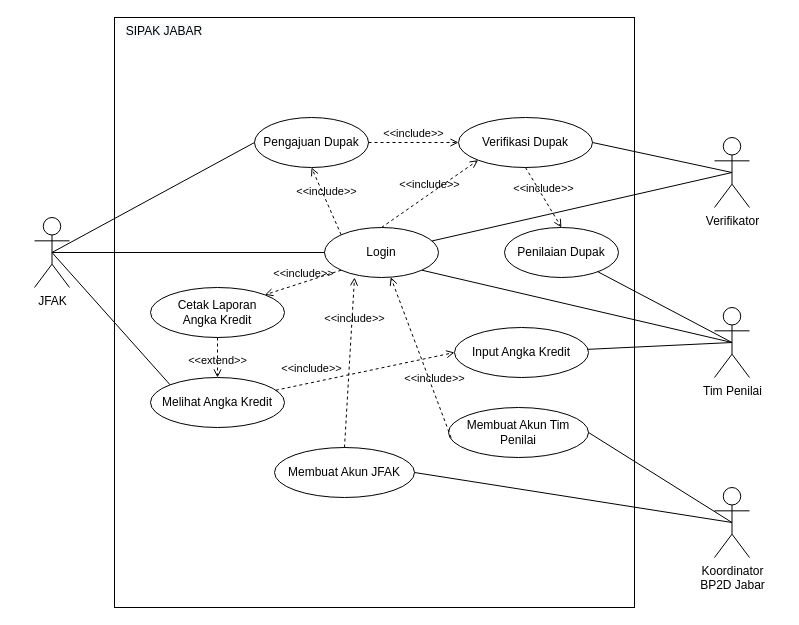
rafifauzi/SIPAK keeps this draw.io diagram as Analis/Diagram/Untitled Diagram.drawio. Above is the earlier version. Source tidied: cells renumbered, new cells numbered last; positions are measured from the earlier drawing's top-left corner, leaving out a move shared by most shapes. Both pictures are drawn from the tidied source at 100%, with x=0, y=0 at pixel (34, 17).
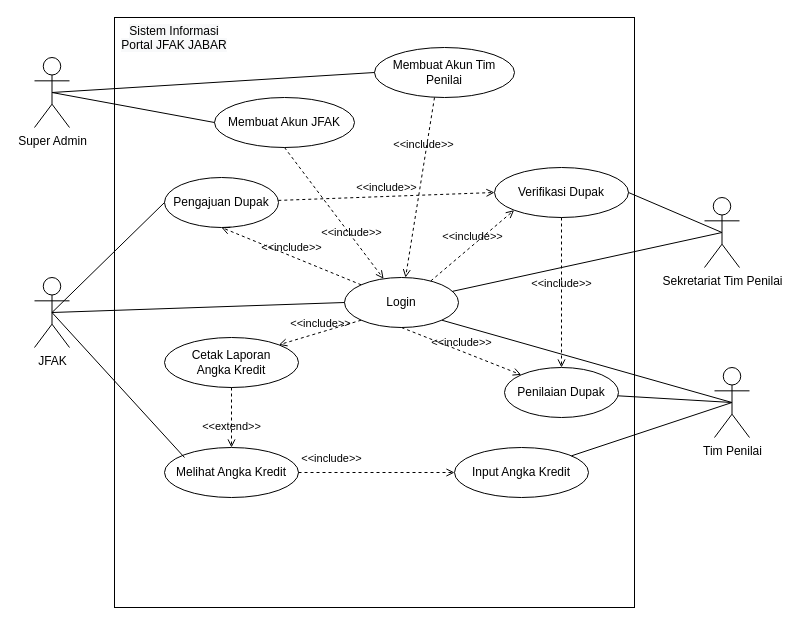
Above is the later version.

The change refers to these unchanged cells:
```xml
<mxCell id="2" style="rounded=0;whiteSpace=wrap;html=1;" parent="1" vertex="1">
  <mxGeometry x="80" width="520" height="590" as="geometry" />
</mxCell>
```

The edit, as a diff of the source:
```diff
@@
     <mxCell id="3" value="Pengajuan Dupak" style="ellipse;whiteSpace=wrap;html=1;" parent="2" vertex="1">
-      <mxGeometry x="140" y="100" width="114" height="50" as="geometry" />
+      <mxGeometry x="50" y="160" width="114" height="50" as="geometry" />
     </mxCell>
     <mxCell id="4" value="Membuat Akun Tim Penilai" style="ellipse;whiteSpace=wrap;html=1;" parent="2" vertex="1">
-      <mxGeometry x="334" y="390" width="140" height="50" as="geometry" />
+      <mxGeometry x="260" y="30" width="140" height="50" as="geometry" />
     </mxCell>
     <mxCell id="5" value="Verifikasi Dupak" style="ellipse;whiteSpace=wrap;html=1;" parent="2" vertex="1">
-      <mxGeometry x="344" y="100" width="134" height="50" as="geometry" />
+      <mxGeometry x="380" y="150" width="134" height="50" as="geometry" />
     </mxCell>
@@
     <mxCell id="7" value="Penilaian Dupak" style="ellipse;whiteSpace=wrap;html=1;" parent="2" vertex="1">
-      <mxGeometry x="390" y="210" width="114" height="50" as="geometry" />
+      <mxGeometry x="390" y="350" width="114" height="50" as="geometry" />
     </mxCell>
@@
     <mxCell id="9" value="Login" style="ellipse;whiteSpace=wrap;html=1;" parent="2" vertex="1">
-      <mxGeometry x="210" y="210" width="114" height="50" as="geometry" />
+      <mxGeometry x="230" y="260" width="114" height="50" as="geometry" />
     </mxCell>
-    <mxCell id="10" value="&amp;lt;&amp;lt;include&amp;gt;&amp;gt;" style="html=1;verticalAlign=bottom;labelBackgroundColor=none;endArrow=open;endFill=0;dashed=1;rounded=0;exitX=0.019;exitY=0.607;exitDx=0;exitDy=0;exitPerimeter=0;" parent="2" edge="1" source="4" target="9">
-      <mxGeometry x="-0.38" y="-2" relative="1" as="geometry" />
+    <mxCell id="10" value="&amp;lt;&amp;lt;include&amp;gt;&amp;gt;" style="html=1;verticalAlign=bottom;labelBackgroundColor=none;endArrow=open;endFill=0;dashed=1;rounded=0;" parent="2" edge="1" target="9">
+      <mxGeometry x="-0.38" y="-2" relative="1" as="geometry">
+        <mxPoint x="320" y="80" as="sourcePoint" />
+      </mxGeometry>
     </mxCell>
@@
-    <mxCell id="12" value="&amp;lt;&amp;lt;include&amp;gt;&amp;gt;" style="html=1;verticalAlign=bottom;labelBackgroundColor=none;endArrow=open;endFill=0;dashed=1;rounded=0;entryX=0;entryY=1;entryDx=0;entryDy=0;exitX=0.5;exitY=0;exitDx=0;exitDy=0;" parent="2" edge="1" source="9" target="5">
+    <mxCell id="12" value="&amp;lt;&amp;lt;include&amp;gt;&amp;gt;" style="html=1;verticalAlign=bottom;labelBackgroundColor=none;endArrow=open;endFill=0;dashed=1;rounded=0;entryX=0;entryY=1;entryDx=0;entryDy=0;exitX=0.757;exitY=0.069;exitDx=0;exitDy=0;exitPerimeter=0;" parent="2" edge="1" source="9" target="5">
       <mxGeometry relative="1" as="geometry" />
     </mxCell>
     <mxCell id="13" value="Input Angka Kredit" style="ellipse;whiteSpace=wrap;html=1;" parent="2" vertex="1">
-      <mxGeometry x="340" y="310" width="134" height="50" as="geometry" />
+      <mxGeometry x="340" y="430" width="134" height="50" as="geometry" />
     </mxCell>
     <mxCell id="14" value="Membuat Akun JFAK" style="ellipse;whiteSpace=wrap;html=1;" parent="2" vertex="1">
-      <mxGeometry x="160" y="430" width="140" height="50" as="geometry" />
+      <mxGeometry x="100" y="80" width="140" height="50" as="geometry" />
     </mxCell>
-    <mxCell id="15" value="&amp;lt;&amp;lt;include&amp;gt;&amp;gt;" style="html=1;verticalAlign=bottom;labelBackgroundColor=none;endArrow=open;endFill=0;dashed=1;rounded=0;exitX=0.5;exitY=0;exitDx=0;exitDy=0;" parent="2" edge="1" source="14">
-      <mxGeometry x="0.41" y="-3" relative="1" as="geometry">
-        <mxPoint x="240" y="260" as="targetPoint" />
-      </mxGeometry>
+    <mxCell id="15" value="&amp;lt;&amp;lt;include&amp;gt;&amp;gt;" style="html=1;verticalAlign=bottom;labelBackgroundColor=none;endArrow=open;endFill=0;dashed=1;rounded=0;exitX=0.5;exitY=1;exitDx=0;exitDy=0;" parent="2" edge="1" source="14" target="9">
+      <mxGeometry x="0.41" y="-3" relative="1" as="geometry" />
     </mxCell>
@@
     <mxCell id="17" value="Cetak Laporan&lt;br&gt;Angka Kredit" style="ellipse;whiteSpace=wrap;html=1;" parent="2" vertex="1">
-      <mxGeometry x="36" y="270" width="134" height="50" as="geometry" />
+      <mxGeometry x="50" y="320" width="134" height="50" as="geometry" />
     </mxCell>
     <mxCell id="18" value="Melihat Angka Kredit" style="ellipse;whiteSpace=wrap;html=1;" parent="2" vertex="1">
-      <mxGeometry x="36" y="360" width="134" height="50" as="geometry" />
+      <mxGeometry x="50" y="430" width="134" height="50" as="geometry" />
     </mxCell>
@@
-    <mxCell id="21" value="&lt;span style=&quot;color: rgb(0 , 0 , 0) ; font-family: &amp;#34;helvetica&amp;#34; ; font-size: 12px ; font-style: normal ; font-weight: 400 ; letter-spacing: normal ; text-indent: 0px ; text-transform: none ; word-spacing: 0px ; background-color: rgb(248 , 249 , 250) ; display: inline ; float: none&quot;&gt;SIPAK JABAR&lt;/span&gt;" style="text;whiteSpace=wrap;html=1;align=center;" parent="2" vertex="1">
-      <mxGeometry width="100" height="30" as="geometry" />
+    <mxCell id="21" value="&lt;span style=&quot;color: rgb(0 , 0 , 0) ; font-family: &amp;#34;helvetica&amp;#34; ; font-size: 12px ; font-style: normal ; font-weight: 400 ; letter-spacing: normal ; text-indent: 0px ; text-transform: none ; word-spacing: 0px ; background-color: rgb(248 , 249 , 250) ; display: inline ; float: none&quot;&gt;Sistem Informasi Portal JFAK JABAR&lt;/span&gt;" style="text;whiteSpace=wrap;html=1;align=center;" parent="2" vertex="1">
+      <mxGeometry width="120" height="30" as="geometry" />
     </mxCell>
+    <mxCell id="36" value="&amp;lt;&amp;lt;include&amp;gt;&amp;gt;" style="html=1;verticalAlign=bottom;labelBackgroundColor=none;endArrow=open;endFill=0;dashed=1;rounded=0;entryX=0;entryY=0;entryDx=0;entryDy=0;exitX=0.5;exitY=1;exitDx=0;exitDy=0;" parent="2" edge="1" source="9" target="7">
+      <mxGeometry relative="1" as="geometry" />
+    </mxCell>
     <mxCell id="22" value="JFAK" style="shape=umlActor;verticalLabelPosition=bottom;verticalAlign=top;html=1;outlineConnect=0;" parent="1" vertex="1">
-      <mxGeometry y="200" width="35" height="70" as="geometry" />
+      <mxGeometry y="260" width="35" height="70" as="geometry" />
     </mxCell>
     <mxCell id="23" value="Tim Penilai" style="shape=umlActor;verticalLabelPosition=bottom;verticalAlign=top;html=1;outlineConnect=0;" parent="1" vertex="1">
-      <mxGeometry x="680" y="290" width="35" height="70" as="geometry" />
+      <mxGeometry x="680" y="350" width="35" height="70" as="geometry" />
     </mxCell>
-    <mxCell id="24" value="Koordinator&lt;br&gt;BP2D Jabar" style="shape=umlActor;verticalLabelPosition=bottom;verticalAlign=top;html=1;outlineConnect=0;" parent="1" vertex="1">
-      <mxGeometry x="680" y="470" width="35" height="70" as="geometry" />
+    <mxCell id="24" value="Super Admin" style="shape=umlActor;verticalLabelPosition=bottom;verticalAlign=top;html=1;outlineConnect=0;" parent="1" vertex="1">
+      <mxGeometry y="40" width="35" height="70" as="geometry" />
     </mxCell>
-    <mxCell id="25" style="endArrow=none;html=1;rounded=0;exitX=0.5;exitY=0.5;exitDx=0;exitDy=0;exitPerimeter=0;entryX=1;entryY=0.5;entryDx=0;entryDy=0;" parent="1" edge="1" source="24" target="14">
+    <mxCell id="25" style="endArrow=none;html=1;rounded=0;exitX=0.5;exitY=0.5;exitDx=0;exitDy=0;exitPerimeter=0;entryX=0;entryY=0.5;entryDx=0;entryDy=0;" parent="1" edge="1" source="24" target="14">
       <mxGeometry relative="1" as="geometry" />
     </mxCell>
-    <mxCell id="26" style="endArrow=none;html=1;rounded=0;exitX=0.5;exitY=0.5;exitDx=0;exitDy=0;exitPerimeter=0;entryX=1;entryY=0.5;entryDx=0;entryDy=0;" parent="1" edge="1" source="24" target="4">
+    <mxCell id="26" style="endArrow=none;html=1;rounded=0;exitX=0.5;exitY=0.5;exitDx=0;exitDy=0;exitPerimeter=0;entryX=0;entryY=0.5;entryDx=0;entryDy=0;" parent="1" edge="1" source="24" target="4">
       <mxGeometry relative="1" as="geometry" />
     </mxCell>
@@
-    <mxCell id="29" value="Verifikator" style="shape=umlActor;verticalLabelPosition=bottom;verticalAlign=top;html=1;outlineConnect=0;" parent="1" vertex="1">
-      <mxGeometry x="680" y="120" width="35" height="70" as="geometry" />
+    <mxCell id="29" value="Sekretariat Tim Penilai" style="shape=umlActor;verticalLabelPosition=bottom;verticalAlign=top;html=1;outlineConnect=0;" parent="1" vertex="1">
+      <mxGeometry x="670" y="180" width="35" height="70" as="geometry" />
     </mxCell>
@@
-    <mxCell id="31" style="endArrow=none;html=1;rounded=0;exitX=0;exitY=0;exitDx=0;exitDy=0;entryX=0.5;entryY=0.5;entryDx=0;entryDy=0;entryPerimeter=0;" parent="1" edge="1" source="18" target="22">
-      <mxGeometry relative="1" as="geometry" />
+    <mxCell id="31" style="endArrow=none;html=1;rounded=0;entryX=0.5;entryY=0.5;entryDx=0;entryDy=0;entryPerimeter=0;" parent="1" edge="1" target="22">
+      <mxGeometry relative="1" as="geometry">
+        <mxPoint x="150" y="440" as="sourcePoint" />
+      </mxGeometry>
     </mxCell>
```
